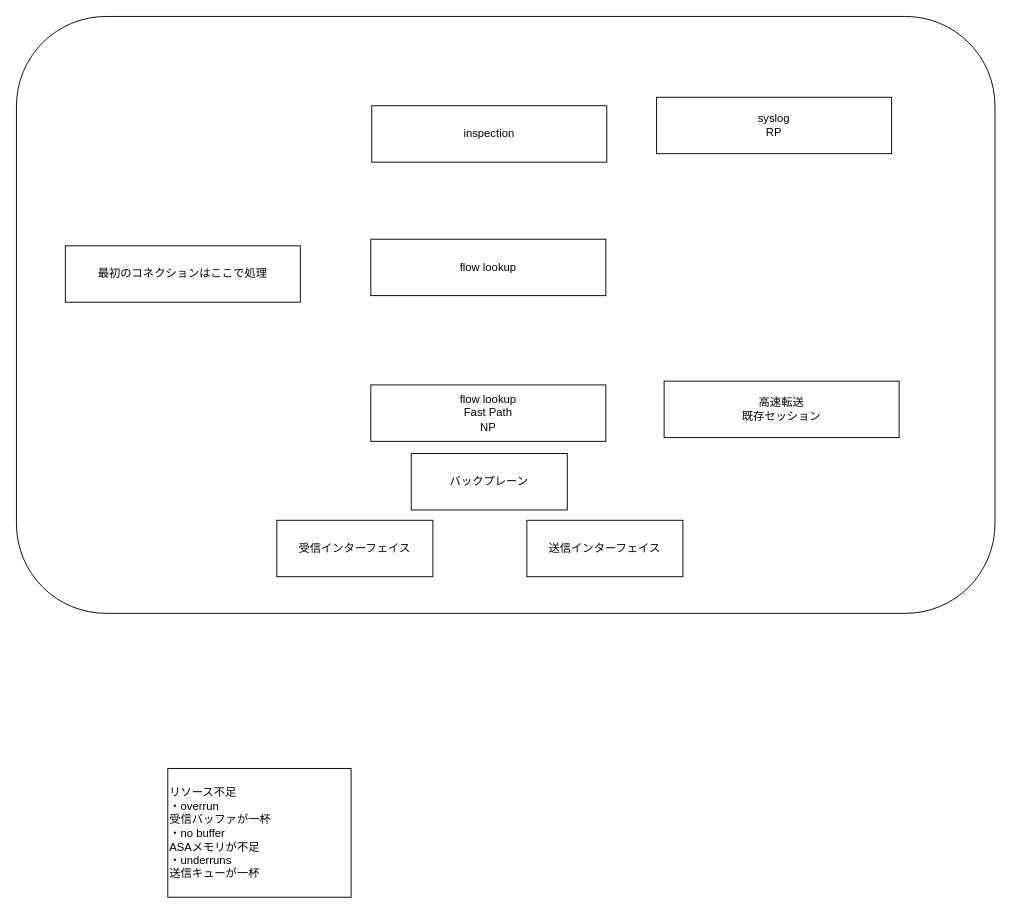
Above: page "ASA" (3 of 3) of memo.drawio in kyforprogram/ccna (draw.io), before the change. Source tidied: cells renumbered, new cells numbered last; positions are measured from the earlier drawing's top-left corner, leaving out a move shared by most shapes. Both pictures are drawn from the tidied source at 94%, with x=0, y=0 at pixel (16, 16).
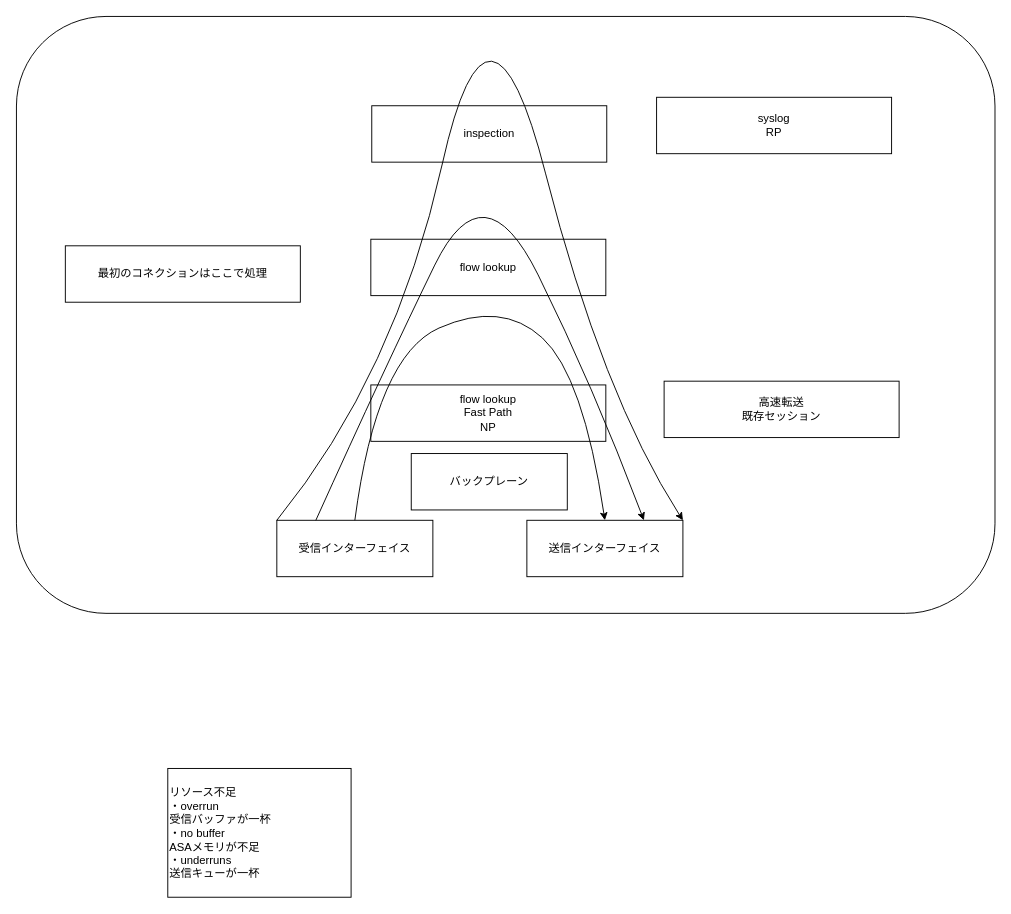
After the change.

Commit message (it also covers changes not shown here):
memo.drawio を更新します

Unchanged cells that the change refers to:
```xml
<mxCell id="2" value="受信インターフェイス" style="whiteSpace=wrap;html=1;" parent="1" vertex="1">
  <mxGeometry x="277" y="536" width="166" height="60" as="geometry" />
</mxCell>
<mxCell id="3" value="送信インターフェイス" style="whiteSpace=wrap;html=1;" parent="1" vertex="1">
  <mxGeometry x="543" y="536" width="166" height="60" as="geometry" />
</mxCell>
```

Change to the diagram source:
```diff
@@
+    <mxCell id="11" style="rounded=1;whiteSpace=wrap;html=1;fillColor=none;" parent="1" vertex="1">
+      <mxGeometry width="1041" height="635" as="geometry" />
+    </mxCell>
@@
-    <mxCell id="11" style="rounded=1;whiteSpace=wrap;html=1;fillColor=none;" parent="1" vertex="1">
-      <mxGeometry width="1041" height="635" as="geometry" />
-    </mxCell>
@@
+    <mxCell id="13" style="curved=1;endArrow=classic;html=1;rounded=0;exitX=0.5;exitY=0;exitDx=0;exitDy=0;entryX=0.5;entryY=0;entryDx=0;entryDy=0;" parent="1" edge="1" source="2" target="3">
+      <mxGeometry relative="1" as="geometry">
+        <Array as="points">
+          <mxPoint x="383" y="361" />
+          <mxPoint x="516" y="302" />
+          <mxPoint x="603" y="382" />
+        </Array>
+      </mxGeometry>
+    </mxCell>
+    <mxCell id="14" style="curved=1;endArrow=classic;html=1;rounded=0;exitX=0.25;exitY=0;exitDx=0;exitDy=0;entryX=0.75;entryY=0;entryDx=0;entryDy=0;" parent="1" edge="1" source="2" target="3">
+      <mxGeometry relative="1" as="geometry">
+        <Array as="points">
+          <mxPoint x="393" y="371" />
+          <mxPoint x="497" y="158" />
+          <mxPoint x="613" y="392" />
+        </Array>
+      </mxGeometry>
+    </mxCell>
+    <mxCell id="15" style="curved=1;endArrow=classic;html=1;rounded=0;exitX=0;exitY=0;exitDx=0;exitDy=0;entryX=1;entryY=0;entryDx=0;entryDy=0;" parent="1" edge="1" source="2" target="3">
+      <mxGeometry relative="1" as="geometry">
+        <Array as="points">
+          <mxPoint x="403" y="381" />
+          <mxPoint x="503" y="-67" />
+          <mxPoint x="623" y="402" />
+        </Array>
+      </mxGeometry>
+    </mxCell>
```
